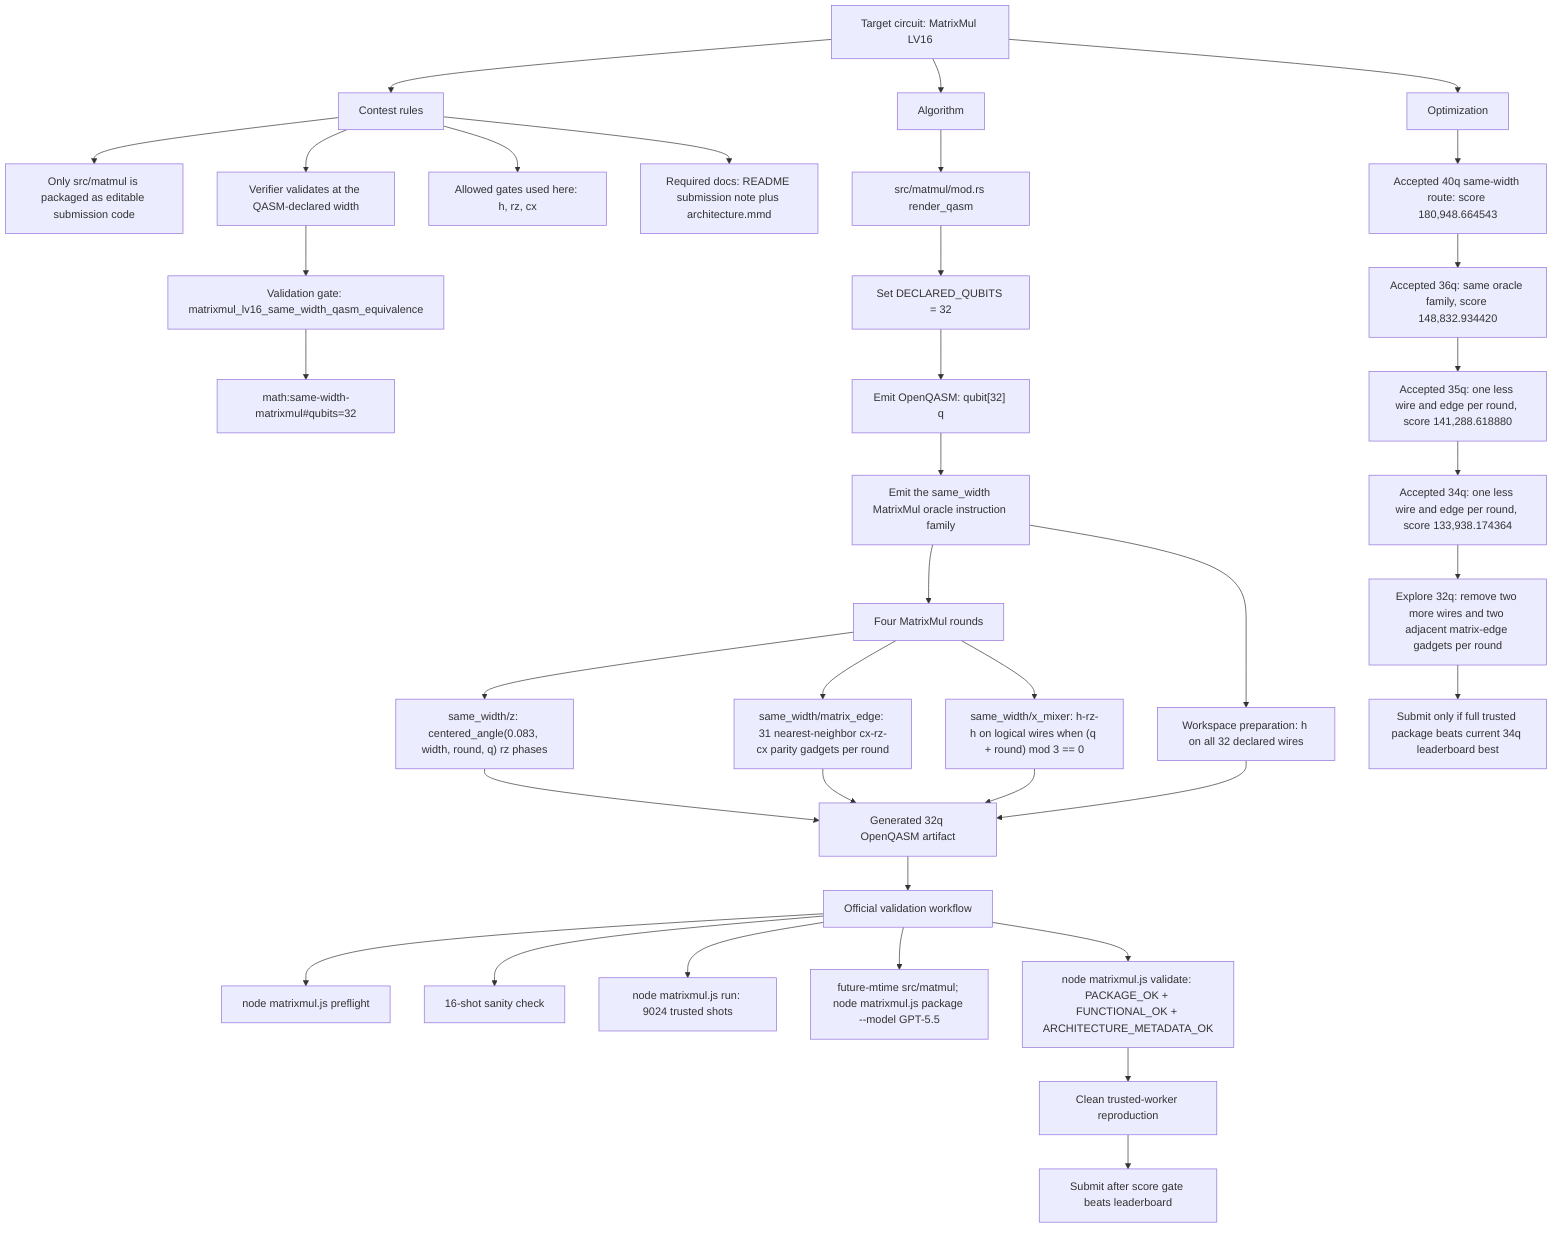
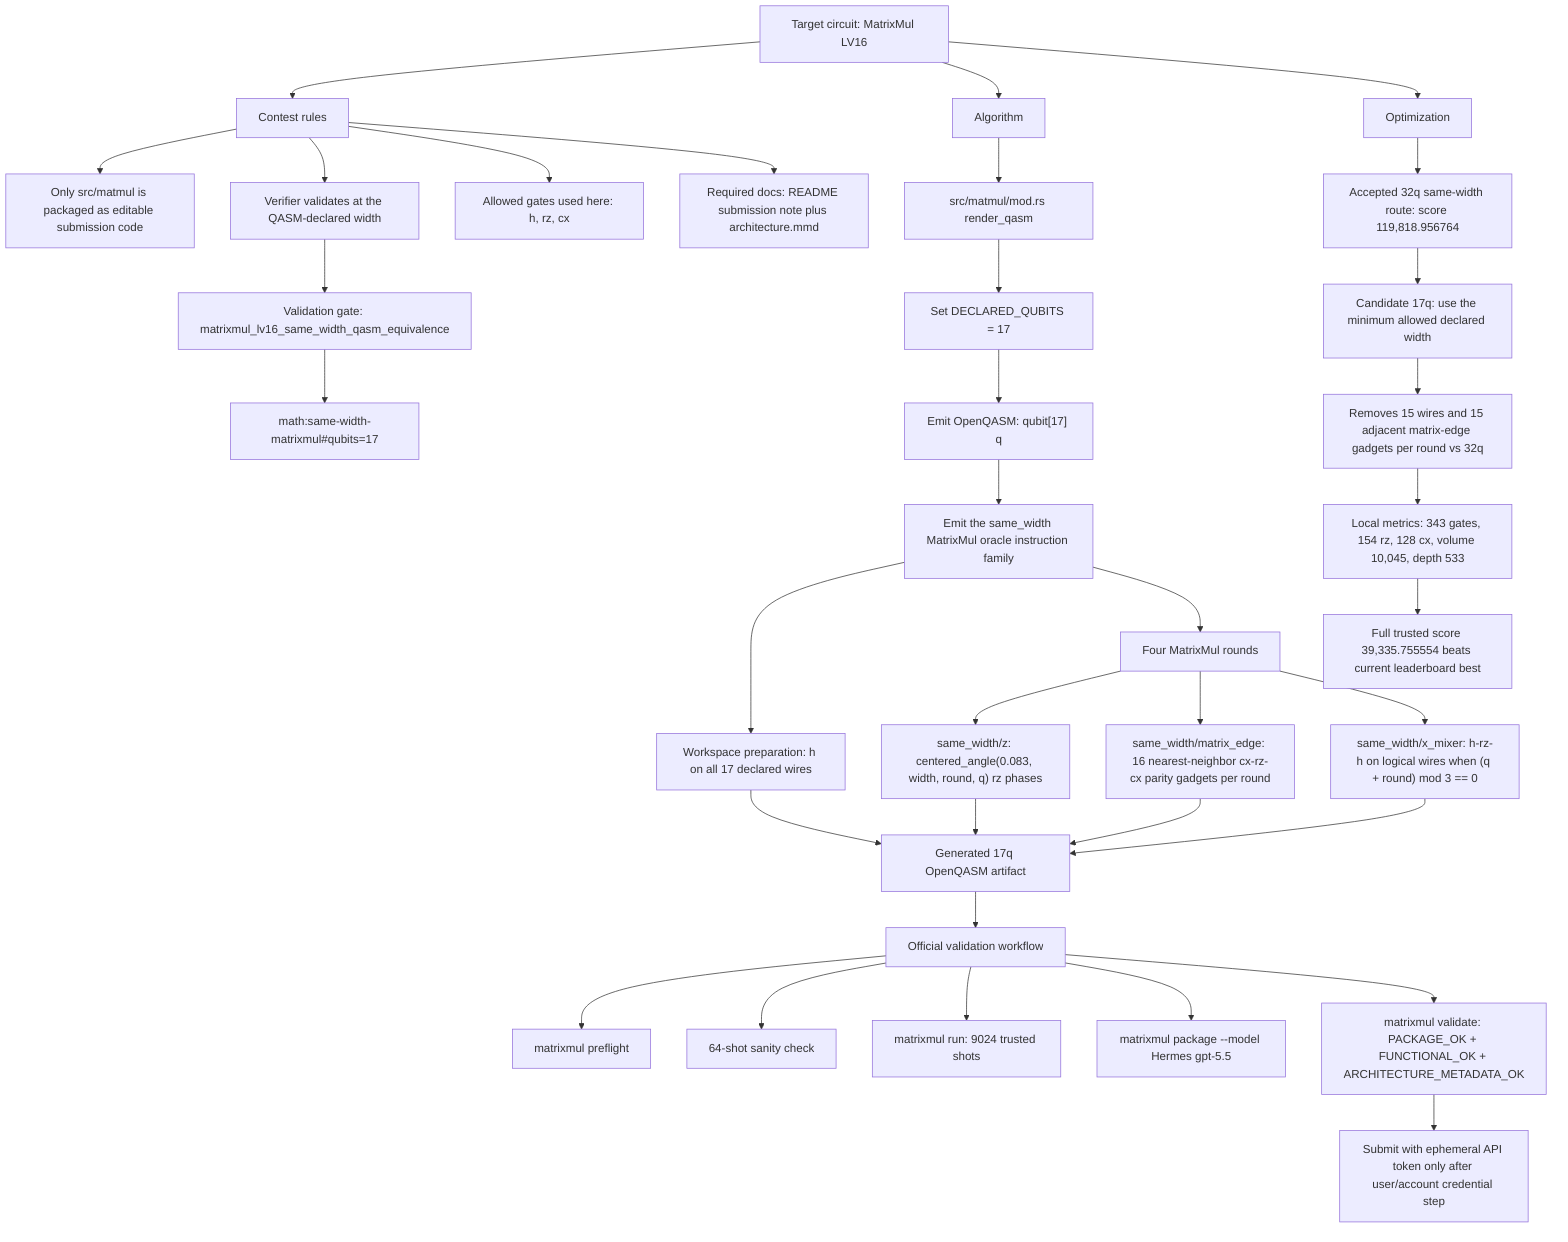
flowchart TD
  target["Target circuit: MatrixMul LV16"]
  algorithm["Algorithm"]
  optimization["Optimization"]

  target --> Rules["Contest rules"]
  target --> algorithm
  target --> optimization

  Rules --> Editable["Only src/matmul is packaged as editable submission code"]
  Rules --> DeclaredWidth["Verifier validates at the QASM-declared width"]
  Rules --> GateSet["Allowed gates used here: h, rz, cx"]
  Rules --> RequiredDocs["Required docs: README submission note plus architecture.mmd"]
  DeclaredWidth --> Oracle["Validation gate: matrixmul_lv16_same_width_qasm_equivalence"]
-   Oracle --> MathOracle["math:same-width-matrixmul#qubits=32"]
+   Oracle --> MathOracle["math:same-width-matrixmul#qubits=17"]

  algorithm --> Entry["src/matmul/mod.rs render_qasm"]
-   Entry --> Width["Set DECLARED_QUBITS = 32"]
-   Width --> QDecl["Emit OpenQASM: qubit[32] q"]
+   Entry --> Width["Set DECLARED_QUBITS = 17"]
+   Width --> QDecl["Emit OpenQASM: qubit[17] q"]
  QDecl --> SameWidth["Emit the same_width MatrixMul oracle instruction family"]

-   SameWidth --> Prep["Workspace preparation: h on all 32 declared wires"]
+   SameWidth --> Prep["Workspace preparation: h on all 17 declared wires"]
  SameWidth --> Rounds["Four MatrixMul rounds"]
  Rounds --> ZPhase["same_width/z: centered_angle(0.083, width, round, q) rz phases"]
-   Rounds --> MatrixEdge["same_width/matrix_edge: 31 nearest-neighbor cx-rz-cx parity gadgets per round"]
+   Rounds --> MatrixEdge["same_width/matrix_edge: 16 nearest-neighbor cx-rz-cx parity gadgets per round"]
  Rounds --> XMixer["same_width/x_mixer: h-rz-h on logical wires when (q + round) mod 3 == 0"]
-   ZPhase --> QASM["Generated 32q OpenQASM artifact"]
+   ZPhase --> QASM["Generated 17q OpenQASM artifact"]
  MatrixEdge --> QASM
  XMixer --> QASM
  Prep --> QASM

-   optimization --> Start40["Accepted 40q same-width route: score 180,948.664543"]
-   Start40 --> Try36["Accepted 36q: same oracle family, score 148,832.934420"]
-   Try36 --> Try35["Accepted 35q: one less wire and edge per round, score 141,288.618880"]
-   Try35 --> Try34["Accepted 34q: one less wire and edge per round, score 133,938.174364"]
-   Try34 --> Try32["Explore 32q: remove two more wires and two adjacent matrix-edge gadgets per round"]
-   Try32 --> ScoreGate["Submit only if full trusted package beats current 34q leaderboard best"]
+   optimization --> Start32["Accepted 32q same-width route: score 119,818.956764"]
+   Start32 --> Try17["Candidate 17q: use the minimum allowed declared width"]
+   Try17 --> Savings["Removes 15 wires and 15 adjacent matrix-edge gadgets per round vs 32q"]
+   Savings --> Metrics["Local metrics: 343 gates, 154 rz, 128 cx, volume 10,045, depth 533"]
+   Metrics --> ScoreGate["Full trusted score 39,335.755554 beats current leaderboard best"]

  QASM --> Verify["Official validation workflow"]
-   Verify --> Preflight["node matrixmul.js preflight"]
-   Verify --> Shot16["16-shot sanity check"]
-   Verify --> FullRun["node matrixmul.js run: 9024 trusted shots"]
-   Verify --> Package["future-mtime src/matmul; node matrixmul.js package --model GPT-5.5"]
-   Verify --> Validate["node matrixmul.js validate: PACKAGE_OK + FUNCTIONAL_OK + ARCHITECTURE_METADATA_OK"]
-   Validate --> Worker["Clean trusted-worker reproduction"]
-   Worker --> Submit["Submit after score gate beats leaderboard"]
+   Verify --> Preflight["matrixmul preflight"]
+   Verify --> Shot64["64-shot sanity check"]
+   Verify --> FullRun["matrixmul run: 9024 trusted shots"]
+   Verify --> Package["matrixmul package --model Hermes gpt-5.5"]
+   Verify --> Validate["matrixmul validate: PACKAGE_OK + FUNCTIONAL_OK + ARCHITECTURE_METADATA_OK"]
+   Validate --> Submit["Submit with ephemeral API token only after user/account credential step"]
